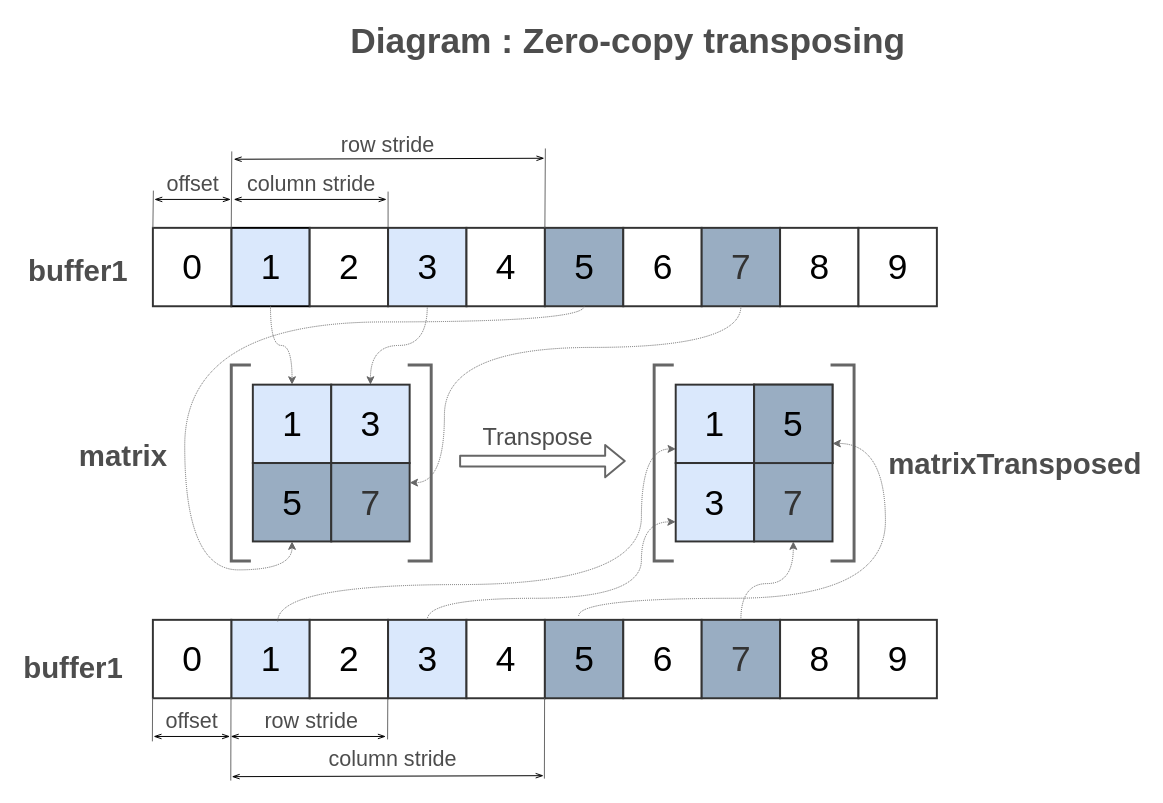
The draw.io diagram page "ZeroCopy" (1 of 4) of doc/img/Matrix.drawio in Wandalen/wMathMatrix, before the edit. Source tidied: cells renumbered, new cells numbered last; positions are measured from the earlier drawing's top-left corner, leaving out a move shared by most shapes. Both pictures are drawn from the tidied source at 98%, with x=0, y=0 at pixel (17, 17).
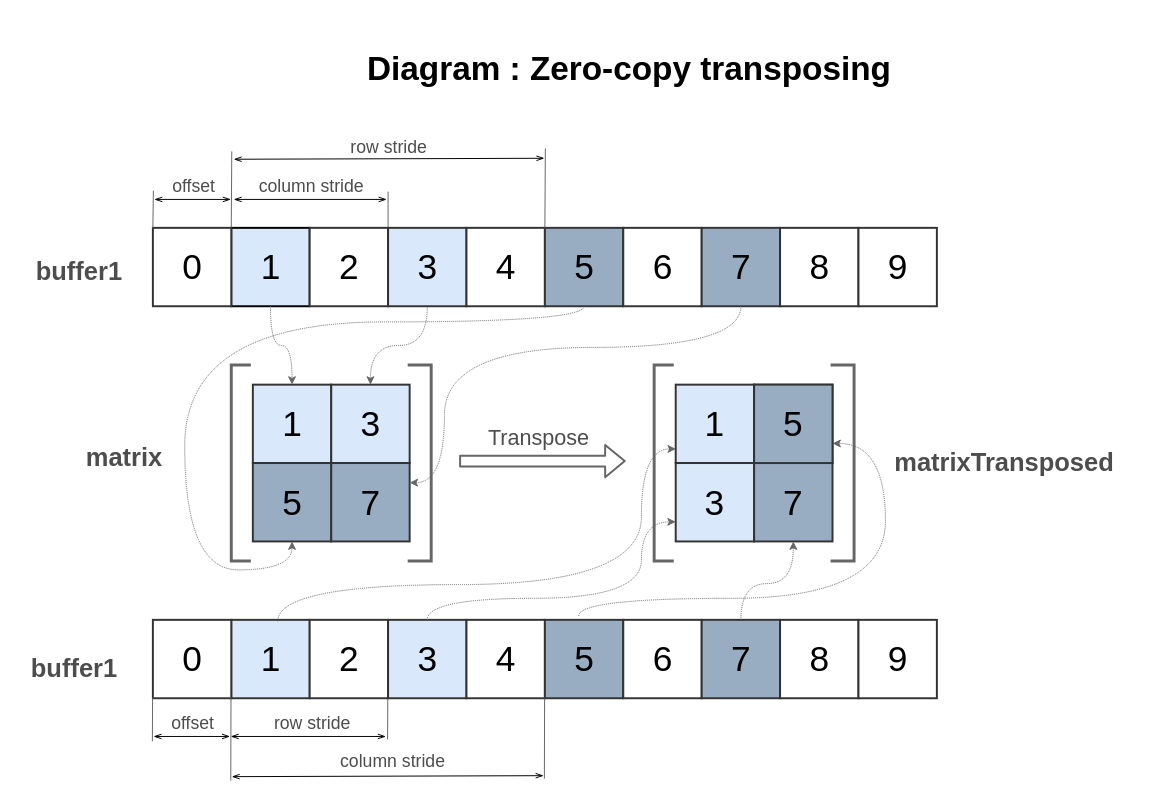
The same diagram, later.

Diff of the diagram source:
```diff
@@
-    <mxCell id="9" value="7" style="whiteSpace=wrap;html=1;strokeWidth=2;fontSize=36;strokeColor=#333333;fillColor=#99ADC2;fontColor=#333333;" parent="1" vertex="1">
+    <mxCell id="9" value="7" style="whiteSpace=wrap;html=1;strokeWidth=2;fontSize=36;strokeColor=#333333;fillColor=#99ADC2;fontColor=#000000;" parent="1" vertex="1">
       <mxGeometry x="698.5" y="215" width="80" height="80" as="geometry" />
     </mxCell>
-    <mxCell id="10" value="buffer1" style="text;html=1;align=center;verticalAlign=middle;fontSize=30;fontColor=#4D4D4D;fontStyle=1;" parent="1" vertex="1">
-      <mxGeometry x="5.5" y="238" width="113" height="41" as="geometry" />
+    <mxCell id="10" value="buffer1" style="text;html=1;align=center;verticalAlign=middle;fontSize=26;fontColor=#4D4D4D;fontStyle=1;" parent="1" vertex="1">
+      <mxGeometry x="13.5" y="242" width="99" height="36" as="geometry" />
     </mxCell>
-    <mxCell id="11" value="offset" style="text;html=1;align=center;verticalAlign=middle;fontSize=22;fontColor=#4D4D4D;" parent="1" vertex="1">
-      <mxGeometry x="146.5" y="155" width="64" height="31" as="geometry" />
+    <mxCell id="11" value="offset" style="text;html=1;align=center;verticalAlign=middle;fontSize=18;fontColor=#4D4D4D;" parent="1" vertex="1">
+      <mxGeometry x="152.5" y="159" width="55" height="27" as="geometry" />
     </mxCell>
-    <mxCell id="12" value="column stride" style="text;html=1;align=center;verticalAlign=middle;fontSize=22;fontColor=#4D4D4D;" parent="1" vertex="1">
-      <mxGeometry x="230" y="155" width="140" height="31" as="geometry" />
+    <mxCell id="12" value="column stride" style="text;html=1;align=center;verticalAlign=middle;fontSize=18;fontColor=#4D4D4D;" parent="1" vertex="1">
+      <mxGeometry x="241" y="159" width="118" height="27" as="geometry" />
     </mxCell>
@@
-    <mxCell id="15" value="row stride" style="text;html=1;align=center;verticalAlign=middle;fontSize=22;fontColor=#4D4D4D;" parent="1" vertex="1">
-      <mxGeometry x="325" y="115" width="105" height="31" as="geometry" />
+    <mxCell id="15" value="row stride" style="text;html=1;align=center;verticalAlign=middle;fontSize=18;fontColor=#4D4D4D;" parent="1" vertex="1">
+      <mxGeometry x="334" y="119" width="89" height="27" as="geometry" />
     </mxCell>
@@
-    <mxCell id="22" value="7" style="whiteSpace=wrap;html=1;strokeWidth=2;fontSize=36;strokeColor=#333333;fillColor=#99ADC2;fontColor=#333333;" parent="1" vertex="1">
+    <mxCell id="22" value="7" style="whiteSpace=wrap;html=1;strokeWidth=2;fontSize=36;strokeColor=#333333;fillColor=#99ADC2;fontColor=#000000;" parent="1" vertex="1">
       <mxGeometry x="698.5" y="615" width="80" height="80" as="geometry" />
     </mxCell>
-    <mxCell id="23" value="buffer1" style="text;html=1;align=center;verticalAlign=middle;fontSize=30;fontColor=#4D4D4D;fontStyle=1;" parent="1" vertex="1">
-      <mxGeometry y="643" width="113" height="41" as="geometry" />
+    <mxCell id="23" value="buffer1" style="text;html=1;align=center;verticalAlign=middle;fontSize=26;fontColor=#4D4D4D;fontStyle=1;" parent="1" vertex="1">
+      <mxGeometry x="8" y="647" width="99" height="36" as="geometry" />
     </mxCell>
@@
-    <mxCell id="26" value="Diagram : Zero-copy transposing&amp;nbsp;" style="text;html=1;align=center;verticalAlign=middle;fontSize=36;fontColor=#4D4D4D;fontStyle=1;" parent="1" vertex="1">
-      <mxGeometry x="334" width="588" height="48" as="geometry" />
+    <mxCell id="26" value="Diagram : Zero-copy transposing&amp;nbsp;" style="text;html=1;align=center;verticalAlign=middle;fontSize=34;fontColor=#000000;fontStyle=1;" parent="1" vertex="1">
+      <mxGeometry x="352" y="30" width="554" height="46" as="geometry" />
     </mxCell>
-    <mxCell id="27" value="matrix" style="text;html=1;align=center;verticalAlign=middle;fontSize=30;fontColor=#4D4D4D;fontStyle=1;" parent="1" vertex="1">
-      <mxGeometry x="57" y="427" width="102" height="41" as="geometry" />
+    <mxCell id="27" value="matrix" style="text;html=1;align=center;verticalAlign=middle;fontSize=26;fontColor=#4D4D4D;fontStyle=1;" parent="1" vertex="1">
+      <mxGeometry x="65" y="431" width="88" height="36" as="geometry" />
     </mxCell>
-    <mxCell id="28" value="matrixTransposed" style="text;html=1;align=center;verticalAlign=middle;fontSize=30;fontColor=#4D4D4D;fontStyle=1;" parent="1" vertex="1">
-      <mxGeometry x="883" y="435" width="270" height="41" as="geometry" />
+    <mxCell id="28" value="matrixTransposed" style="text;html=1;align=center;verticalAlign=middle;fontSize=26;fontColor=#4D4D4D;fontStyle=1;" parent="1" vertex="1">
+      <mxGeometry x="891" y="437" width="232" height="36" as="geometry" />
     </mxCell>
@@
-    <mxCell id="34" value="7" style="whiteSpace=wrap;html=1;strokeWidth=2;fontSize=36;strokeColor=#333333;fillColor=#99ADC2;fontColor=#333333;" parent="1" vertex="1">
+    <mxCell id="34" value="7" style="whiteSpace=wrap;html=1;strokeWidth=2;fontSize=36;strokeColor=#333333;fillColor=#99ADC2;fontColor=#000000;" parent="1" vertex="1">
       <mxGeometry x="320.5" y="455" width="80" height="80" as="geometry" />
     </mxCell>
@@
-    <mxCell id="40" value="7" style="whiteSpace=wrap;html=1;strokeWidth=2;fontSize=36;strokeColor=#333333;fillColor=#99ADC2;fontColor=#333333;" parent="1" vertex="1">
+    <mxCell id="40" value="7" style="whiteSpace=wrap;html=1;strokeWidth=2;fontSize=36;strokeColor=#333333;fillColor=#99ADC2;fontColor=#000000;" parent="1" vertex="1">
       <mxGeometry x="752" y="455" width="80" height="80" as="geometry" />
     </mxCell>
@@
-    <mxCell id="51" value="offset" style="text;html=1;align=center;verticalAlign=middle;fontSize=22;fontColor=#4D4D4D;" parent="1" vertex="1">
-      <mxGeometry x="145.8" y="703" width="64" height="31" as="geometry" />
+    <mxCell id="51" value="offset" style="text;html=1;align=center;verticalAlign=middle;fontSize=18;fontColor=#4D4D4D;" parent="1" vertex="1">
+      <mxGeometry x="151.8" y="707" width="55" height="27" as="geometry" />
     </mxCell>
-    <mxCell id="52" value="row stride" style="text;html=1;align=center;verticalAlign=middle;fontSize=22;fontColor=#4D4D4D;" parent="1" vertex="1">
-      <mxGeometry x="247.2" y="703" width="105" height="31" as="geometry" />
+    <mxCell id="52" value="row stride" style="text;html=1;align=center;verticalAlign=middle;fontSize=18;fontColor=#4D4D4D;" parent="1" vertex="1">
+      <mxGeometry x="256.2" y="707" width="89" height="27" as="geometry" />
     </mxCell>
-    <mxCell id="53" value="column stride" style="text;html=1;align=center;verticalAlign=middle;fontSize=22;fontColor=#4D4D4D;" parent="1" vertex="1">
-      <mxGeometry x="313" y="742" width="140" height="31" as="geometry" />
+    <mxCell id="53" value="column stride" style="text;html=1;align=center;verticalAlign=middle;fontSize=18;fontColor=#4D4D4D;" parent="1" vertex="1">
+      <mxGeometry x="324" y="746" width="118" height="27" as="geometry" />
     </mxCell>
@@
-    <mxCell id="61" value="Transpose" style="text;html=1;align=center;verticalAlign=middle;fontSize=24;fontColor=#4D4D4D;" parent="1" vertex="1">
-      <mxGeometry x="469" y="412" width="123" height="34" as="geometry" />
+    <mxCell id="61" value="Transpose" style="text;html=1;align=center;verticalAlign=middle;fontSize=22;fontColor=#4D4D4D;" parent="1" vertex="1">
+      <mxGeometry x="475" y="414" width="113" height="31" as="geometry" />
     </mxCell>
```
